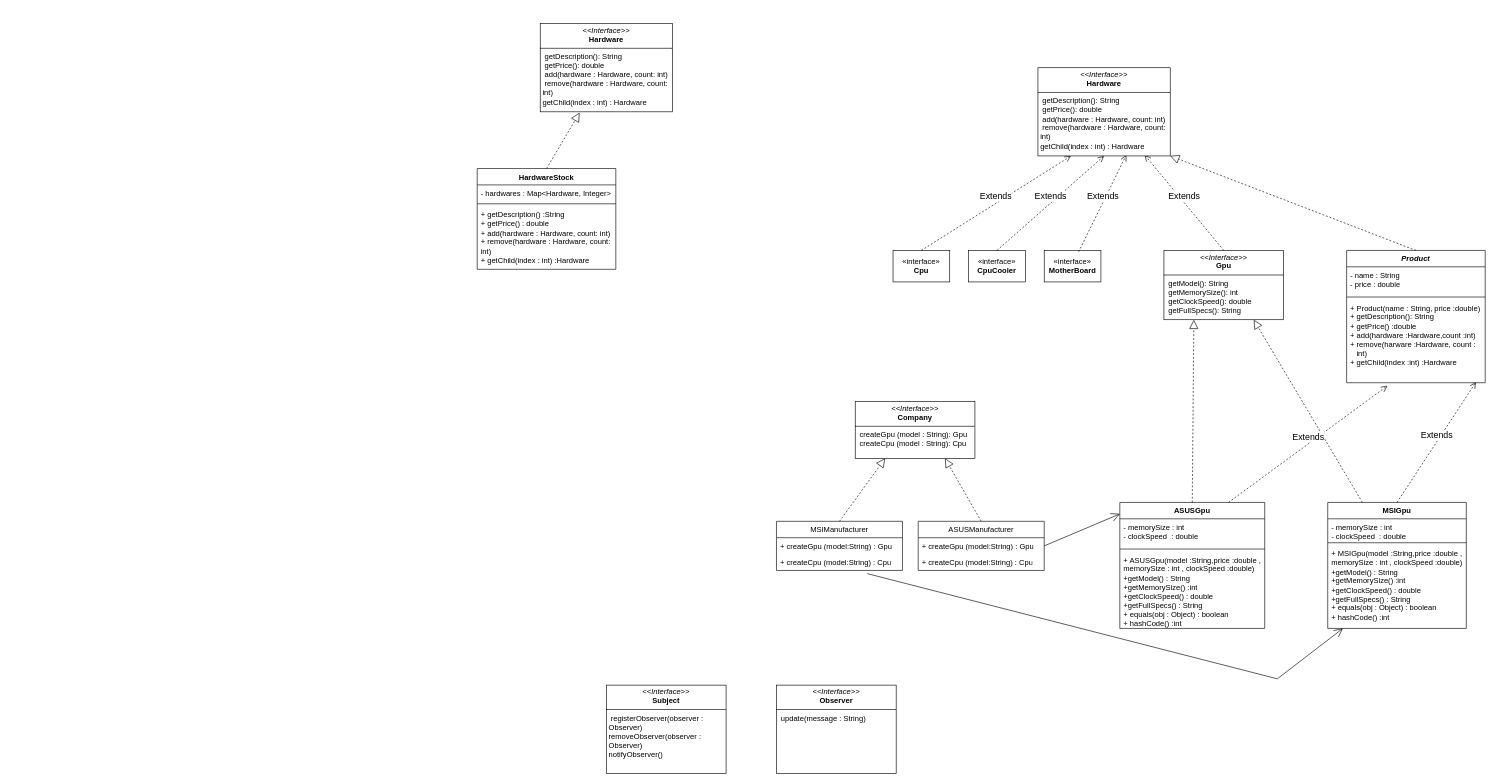
Before: Başlıksız Diyagram.drawio in Goktugberke/pattern, a draw.io diagram. Source tidied: cells renumbered, new cells numbered last; positions are measured from the earlier drawing's top-left corner, leaving out a move shared by most shapes. Both pictures are drawn from the tidied source at 63%, with x=0, y=0 at pixel (477, 23).
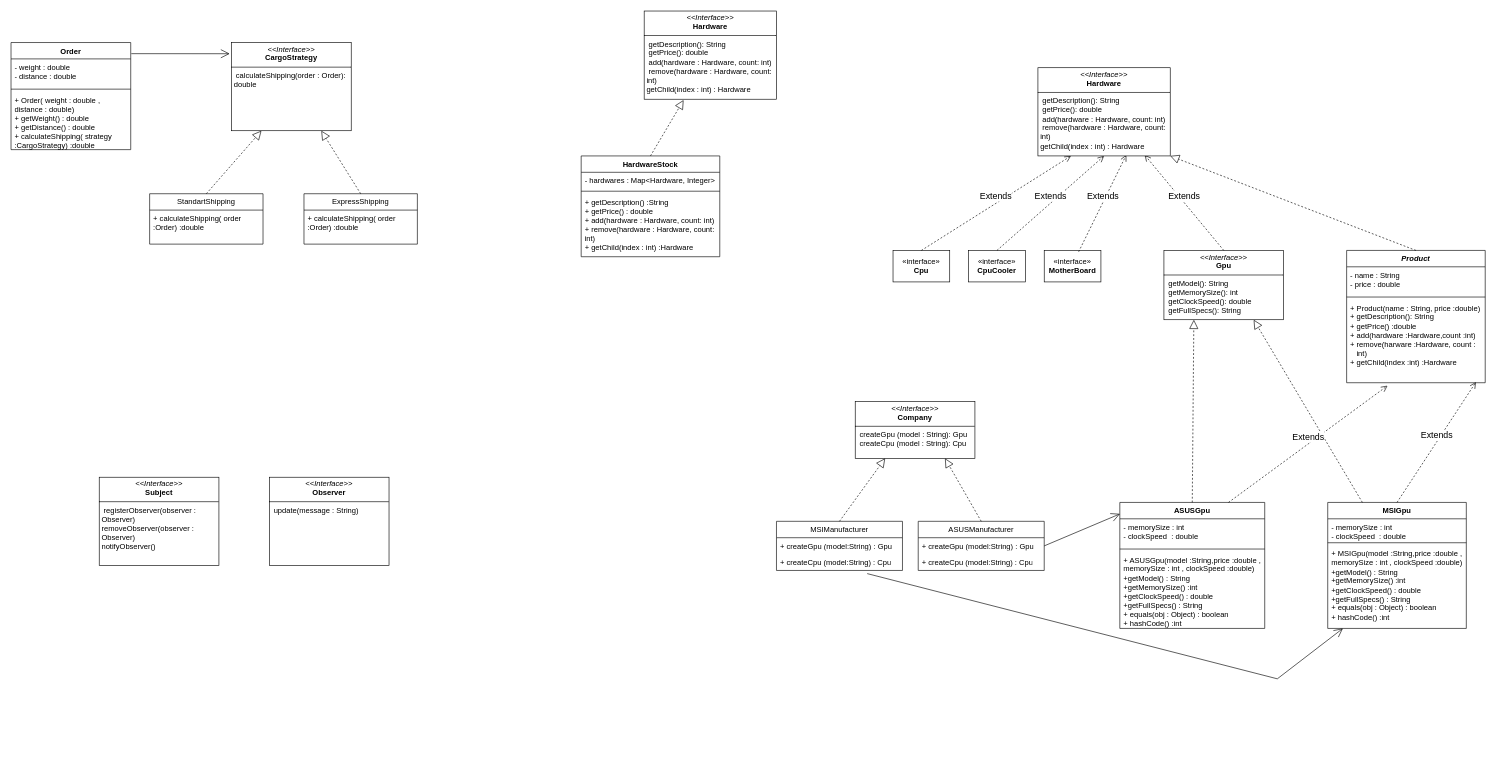
Above is the later version.

What changed in the source:
```diff
@@
     <mxCell id="34" value="HardwareStock" style="swimlane;fontStyle=1;align=center;verticalAlign=top;horizontal=1;startSize=26;whiteSpace=wrap;html=1;" parent="1" vertex="1">
-      <mxGeometry y="230" width="220" height="160" as="geometry" />
+      <mxGeometry x="165" y="210" width="220" height="160" as="geometry" />
     </mxCell>
@@
     <mxCell id="39" value="&lt;p style=&quot;margin:0px;margin-top:4px;text-align:center;&quot;&gt;&lt;i&gt;&amp;lt;&amp;lt;Interface&amp;gt;&amp;gt;&lt;/i&gt;&lt;br&gt;&lt;b&gt;Subject&lt;/b&gt;&lt;/p&gt;&lt;hr size=&quot;1&quot; style=&quot;border-style:solid;&quot;&gt;&lt;p style=&quot;margin:0px;margin-left:4px;&quot;&gt;&amp;nbsp;registerObserver(observer : Observer)&lt;br&gt;removeObserver(observer : Observer)&lt;/p&gt;&lt;p style=&quot;margin:0px;margin-left:4px;&quot;&gt;notify&lt;span style=&quot;background-color: initial;&quot;&gt;Observer()&lt;/span&gt;&lt;/p&gt;" style="verticalAlign=top;align=left;overflow=fill;html=1;whiteSpace=wrap;" parent="1" vertex="1">
-      <mxGeometry x="205" y="1050" width="190" height="140" as="geometry" />
+      <mxGeometry x="-600" y="720" width="190" height="140" as="geometry" />
     </mxCell>
     <mxCell id="40" value="&lt;p style=&quot;margin:0px;margin-top:4px;text-align:center;&quot;&gt;&lt;i&gt;&amp;lt;&amp;lt;Interface&amp;gt;&amp;gt;&lt;/i&gt;&lt;br&gt;&lt;b&gt;Observer&lt;/b&gt;&lt;/p&gt;&lt;hr size=&quot;1&quot; style=&quot;border-style:solid;&quot;&gt;&lt;p style=&quot;margin:0px;margin-left:4px;&quot;&gt;&amp;nbsp;update(message : String)&lt;/p&gt;" style="verticalAlign=top;align=left;overflow=fill;html=1;whiteSpace=wrap;" parent="1" vertex="1">
-      <mxGeometry x="475" y="1050" width="190" height="140" as="geometry" />
+      <mxGeometry x="-330" y="720" width="190" height="140" as="geometry" />
     </mxCell>
@@
     <mxCell id="44" value="&lt;p style=&quot;margin:0px;margin-top:4px;text-align:center;&quot;&gt;&lt;i&gt;&amp;lt;&amp;lt;Interface&amp;gt;&amp;gt;&lt;/i&gt;&lt;br&gt;&lt;b&gt;Hardware&lt;/b&gt;&lt;/p&gt;&lt;hr size=&quot;1&quot; style=&quot;border-style:solid;&quot;&gt;&lt;p style=&quot;margin:0px;margin-left:4px;&quot;&gt;&lt;span style=&quot;background-color: initial;&quot;&gt;&amp;nbsp;getDescription(): String&lt;/span&gt;&lt;/p&gt;&lt;p style=&quot;margin:0px;margin-left:4px;&quot;&gt;&amp;nbsp;getPrice(): double&lt;/p&gt;&lt;p style=&quot;margin:0px;margin-left:4px;&quot;&gt;&amp;nbsp;add(hardware : Hardware, count: int)&lt;/p&gt;&lt;p style=&quot;margin:0px;margin-left:4px;&quot;&gt;&amp;nbsp;remove&lt;span style=&quot;background-color: initial;&quot;&gt;(hardware : Hardware, count: int)&lt;/span&gt;&lt;/p&gt;&lt;p style=&quot;margin:0px;margin-left:4px;&quot;&gt;&lt;span style=&quot;background-color: initial;&quot;&gt;getChild(index : int) : Hardware&lt;/span&gt;&lt;/p&gt;&lt;div&gt;&lt;span style=&quot;background-color: initial;&quot;&gt;&lt;br&gt;&lt;/span&gt;&lt;/div&gt;&lt;p style=&quot;margin:0px;margin-left:4px;&quot;&gt;&lt;br&gt;&lt;/p&gt;" style="verticalAlign=top;align=left;overflow=fill;html=1;whiteSpace=wrap;" parent="1" vertex="1">
-      <mxGeometry x="100" width="210" height="140" as="geometry" />
+      <mxGeometry x="265" y="-20" width="210" height="140" as="geometry" />
     </mxCell>
@@
+    <mxCell id="47" value="&lt;p style=&quot;margin:0px;margin-top:4px;text-align:center;&quot;&gt;&lt;i&gt;&amp;lt;&amp;lt;Interface&amp;gt;&amp;gt;&lt;/i&gt;&lt;br&gt;&lt;b&gt;CargoStrategy&lt;/b&gt;&lt;/p&gt;&lt;hr size=&quot;1&quot; style=&quot;border-style:solid;&quot;&gt;&lt;p style=&quot;margin:0px;margin-left:4px;&quot;&gt;&amp;nbsp;calculateShipping(order : Order): double&lt;/p&gt;" style="verticalAlign=top;align=left;overflow=fill;html=1;whiteSpace=wrap;" parent="1" vertex="1">
+      <mxGeometry x="-390" y="30" width="190" height="140" as="geometry" />
+    </mxCell>
+    <mxCell id="48" value="Order" style="swimlane;fontStyle=1;align=center;verticalAlign=top;horizontal=1;startSize=26;whiteSpace=wrap;html=1;" parent="1" vertex="1">
+      <mxGeometry x="-740" y="30" width="190" height="170" as="geometry" />
+    </mxCell>
+    <mxCell id="49" value="- weight : double&lt;div&gt;- distance : double&lt;/div&gt;" style="text;strokeColor=none;fillColor=none;align=left;verticalAlign=top;spacingLeft=4;spacingRight=4;overflow=hidden;whiteSpace=wrap;html=1;" parent="48" vertex="1">
+      <mxGeometry y="26" width="190" height="44" as="geometry" />
+    </mxCell>
+    <mxCell id="50" style="line;strokeWidth=1;fillColor=none;align=left;verticalAlign=middle;spacingTop=-1;spacingLeft=3;spacingRight=3;labelPosition=right;strokeColor=inherit;" parent="48" vertex="1">
+      <mxGeometry y="70" width="190" height="8" as="geometry" />
+    </mxCell>
+    <mxCell id="51" value="+ Order( weight : double , distance : double)&lt;div&gt;+ getWeight() : double&lt;/div&gt;&lt;div&gt;+ getDistance() : double&lt;/div&gt;&lt;div&gt;+ calculateShipping( strategy :CargoStrategy) :double&amp;nbsp;&lt;/div&gt;" style="text;strokeColor=none;fillColor=none;align=left;verticalAlign=top;spacingLeft=4;spacingRight=4;overflow=hidden;whiteSpace=wrap;html=1;" parent="48" vertex="1">
+      <mxGeometry y="78" width="190" height="92" as="geometry" />
+    </mxCell>
+    <mxCell id="52" value="StandartShipping" style="swimlane;fontStyle=0;horizontal=1;startSize=26;fillColor=none;whiteSpace=wrap;html=1;" parent="1" vertex="1">
+      <mxGeometry x="-520" y="270" width="180" height="80" as="geometry" />
+    </mxCell>
+    <mxCell id="53" value="+ calculateShipping( order :Order) :double&amp;nbsp;" style="text;strokeColor=none;fillColor=none;align=left;verticalAlign=top;spacingLeft=4;spacingRight=4;overflow=hidden;whiteSpace=wrap;html=1;" parent="52" vertex="1">
+      <mxGeometry y="26" width="180" height="54" as="geometry" />
+    </mxCell>
+    <mxCell id="54" value="ExpressShipping" style="swimlane;fontStyle=0;horizontal=1;startSize=26;fillColor=none;whiteSpace=wrap;html=1;" parent="1" vertex="1">
+      <mxGeometry x="-275" y="270" width="180" height="80" as="geometry" />
+    </mxCell>
+    <mxCell id="55" value="+ calculateShipping( order :Order) :double&amp;nbsp;" style="text;strokeColor=none;fillColor=none;align=left;verticalAlign=top;spacingLeft=4;spacingRight=4;overflow=hidden;whiteSpace=wrap;html=1;" parent="54" vertex="1">
+      <mxGeometry y="26" width="180" height="54" as="geometry" />
+    </mxCell>
+    <mxCell id="56" style="endArrow=block;dashed=1;endFill=0;endSize=12;html=1;rounded=0;exitX=0.5;exitY=0;exitDx=0;exitDy=0;entryX=0.25;entryY=1;entryDx=0;entryDy=0;" parent="1" edge="1" source="52" target="47">
+      <mxGeometry relative="1" as="geometry" />
+    </mxCell>
+    <mxCell id="57" style="endArrow=block;dashed=1;endFill=0;endSize=12;html=1;rounded=0;exitX=0.5;exitY=0;exitDx=0;exitDy=0;entryX=0.75;entryY=1;entryDx=0;entryDy=0;" parent="1" edge="1" source="54" target="47">
+      <mxGeometry relative="1" as="geometry" />
+    </mxCell>
+    <mxCell id="58" style="endArrow=open;endFill=1;endSize=12;html=1;rounded=0;exitX=1.005;exitY=0.104;exitDx=0;exitDy=0;exitPerimeter=0;entryX=-0.015;entryY=0.127;entryDx=0;entryDy=0;entryPerimeter=0;" parent="1" edge="1" source="48" target="47">
+      <mxGeometry relative="1" as="geometry" />
+    </mxCell>
```
